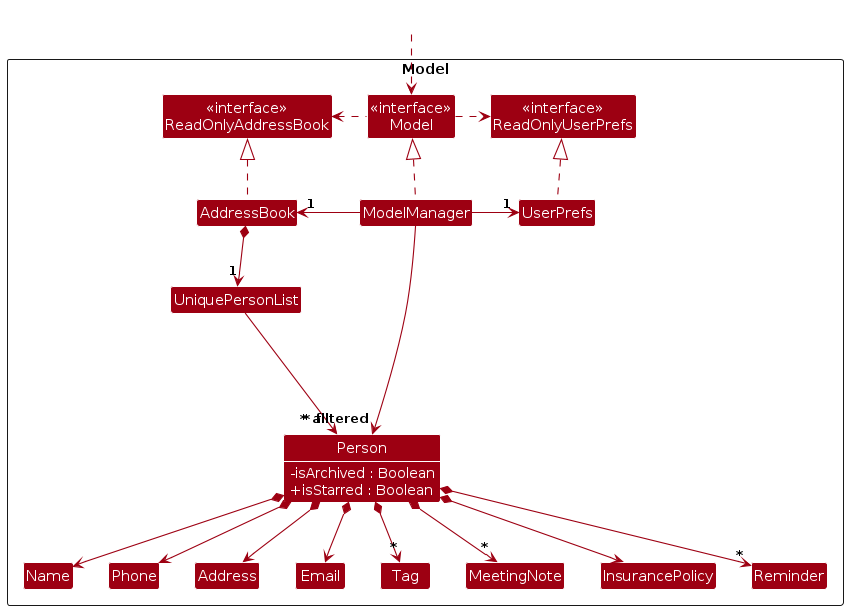
Before: diagrams/ModelClassDiagram.png, a diagram exported from PlantUML (aloy-pek/tp). Its source is kept beside it as diagrams/ModelClassDiagram.puml.
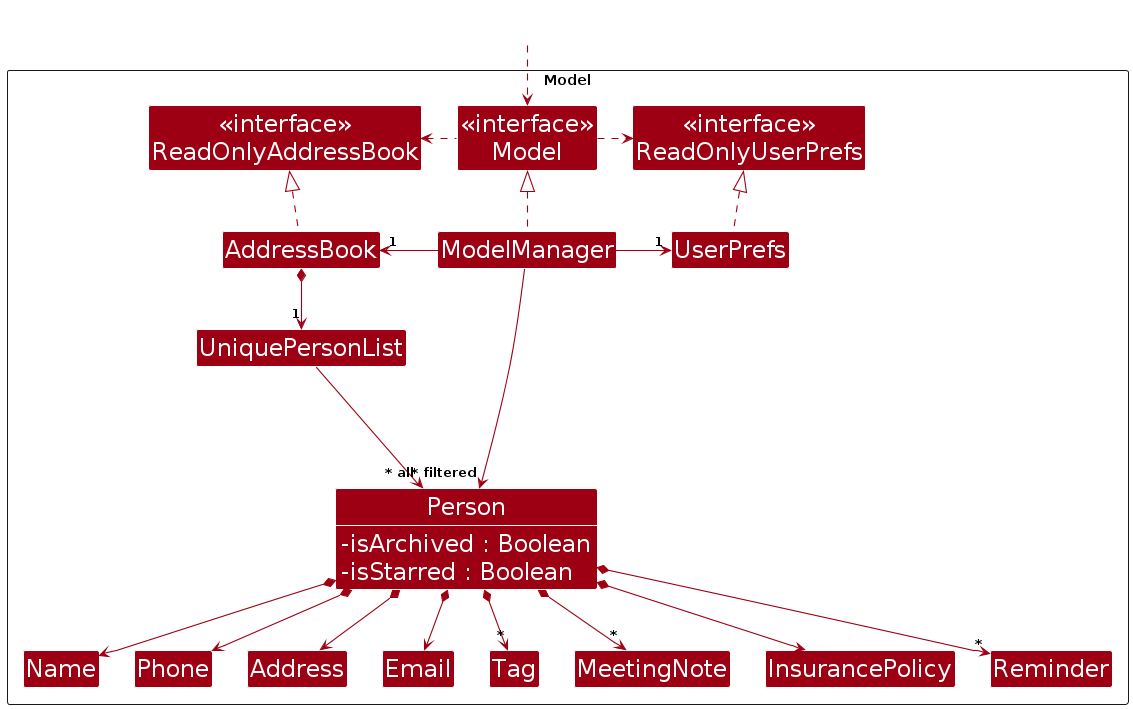
After the change.

Change to the diagram source:
```diff
@@ -5,6 +5,7 @@
 skinparam arrowThickness 1.1
 skinparam arrowColor MODEL_COLOR
 skinparam classBackgroundColor MODEL_COLOR
+skinparam classAttributeFontSize 24
 show members
 hide empty members
 
@@ -19,7 +20,7 @@
 Class UniquePersonList
 Class Person {
     -isArchived : Boolean
-    +isStarred : Boolean
+    -isStarred : Boolean
 }
 Class Address
 Class Email
```
